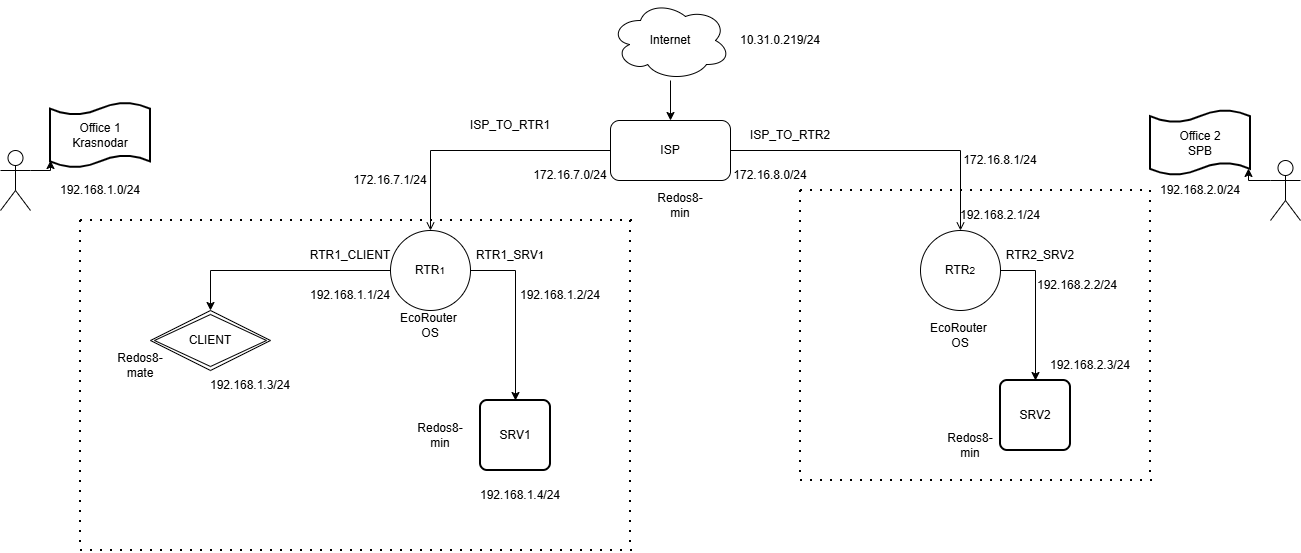
Above: Диаграмма без названия.drawio.png in polina497/petrocollege (draw.io), before the change. Source tidied: cells renumbered, new cells last; positions are measured from the earlier drawing's top-left corner, leaving out a move shared by most shapes.
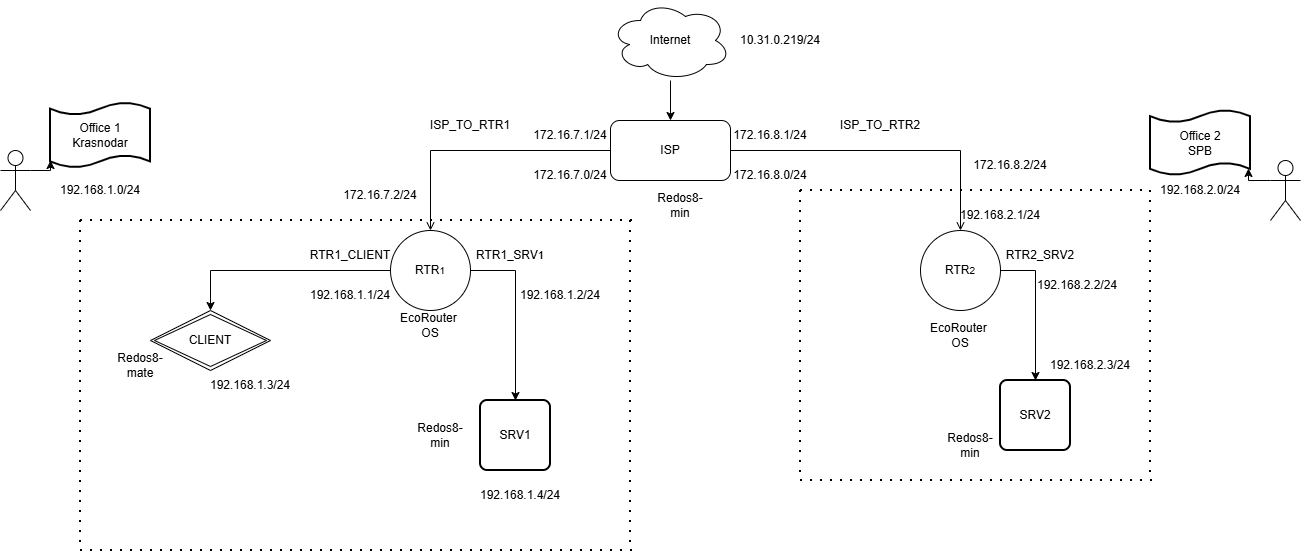
After the change.

What changed in the source:
```diff
@@ -42,10 +42,10 @@
       <mxGeometry x="1000" y="380" width="70" height="70" as="geometry" />
     </mxCell>
     <mxCell id="15" value="ISP_TO_RTR2" style="text;html=1;whiteSpace=wrap;strokeColor=none;fillColor=none;align=center;verticalAlign=middle;rounded=0;" parent="1" vertex="1">
-      <mxGeometry x="760" y="120" width="60" height="30" as="geometry" />
+      <mxGeometry x="850" y="110" width="60" height="30" as="geometry" />
     </mxCell>
     <mxCell id="16" value="ISP_TO_RTR1" style="text;html=1;whiteSpace=wrap;strokeColor=none;fillColor=none;align=center;verticalAlign=middle;rounded=0;" parent="1" vertex="1">
-      <mxGeometry x="480" y="110" width="60" height="30" as="geometry" />
+      <mxGeometry x="440" y="110" width="60" height="30" as="geometry" />
     </mxCell>
     <mxCell id="17" value="EcoRouter&amp;nbsp;&lt;div&gt;OS&lt;/div&gt;" style="text;html=1;whiteSpace=wrap;strokeColor=none;fillColor=none;align=center;verticalAlign=middle;rounded=0;" parent="1" vertex="1">
       <mxGeometry x="400" y="310" width="60" height="30" as="geometry" />
@@ -168,10 +168,10 @@
       <mxGeometry x="1047" y="270" width="60" height="30" as="geometry" />
     </mxCell>
     <mxCell id="49" value="172.16.7.1/24" style="text;html=1;whiteSpace=wrap;strokeColor=none;fillColor=none;align=center;verticalAlign=middle;rounded=0;" parent="1" vertex="1">
-      <mxGeometry x="360" y="165" width="60" height="30" as="geometry" />
+      <mxGeometry x="540" y="120" width="60" height="30" as="geometry" />
     </mxCell>
     <mxCell id="50" value="172.16.8.1/24" style="text;html=1;whiteSpace=wrap;strokeColor=none;fillColor=none;align=center;verticalAlign=middle;rounded=0;" parent="1" vertex="1">
-      <mxGeometry x="970" y="145" width="60" height="30" as="geometry" />
+      <mxGeometry x="740" y="120" width="60" height="30" as="geometry" />
     </mxCell>
     <mxCell id="51" value="192.168.1.0/24" style="text;html=1;whiteSpace=wrap;strokeColor=none;fillColor=none;align=center;verticalAlign=middle;rounded=0;" parent="1" vertex="1">
       <mxGeometry x="70" y="175" width="60" height="30" as="geometry" />
@@ -182,5 +182,11 @@
     <mxCell id="53" value="10.31.0.219/24" style="text;html=1;whiteSpace=wrap;strokeColor=none;fillColor=none;align=center;verticalAlign=middle;rounded=0;" parent="1" vertex="1">
       <mxGeometry x="750" y="25" width="60" height="30" as="geometry" />
     </mxCell>
+    <mxCell id="54" value="172.16.7.2/24" style="text;html=1;whiteSpace=wrap;strokeColor=none;fillColor=none;align=center;verticalAlign=middle;rounded=0;" parent="1" vertex="1">
+      <mxGeometry x="350" y="180" width="60" height="30" as="geometry" />
+    </mxCell>
+    <mxCell id="55" value="172.16.8.2/24" style="text;html=1;whiteSpace=wrap;strokeColor=none;fillColor=none;align=center;verticalAlign=middle;rounded=0;" parent="1" vertex="1">
+      <mxGeometry x="980" y="150" width="60" height="30" as="geometry" />
+    </mxCell>
   </root>
 </mxGraphModel>
```
